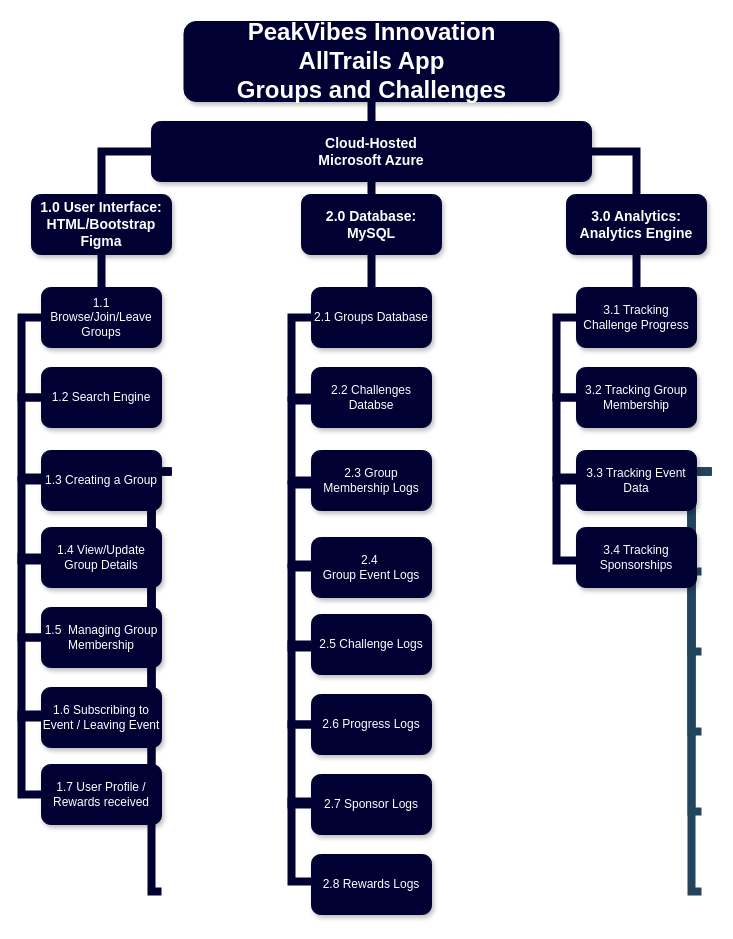
Th3Gibst3r/IS-6640 keeps this draw.io diagram as WBS.drawio. Above is the earlier version. Source tidied: cells renumbered, new cells numbered last; positions are measured from the earlier drawing's top-left corner, leaving out a move shared by most shapes. Both pictures are drawn from the tidied source at 100%, with x=0, y=0 at pixel (21, 21).
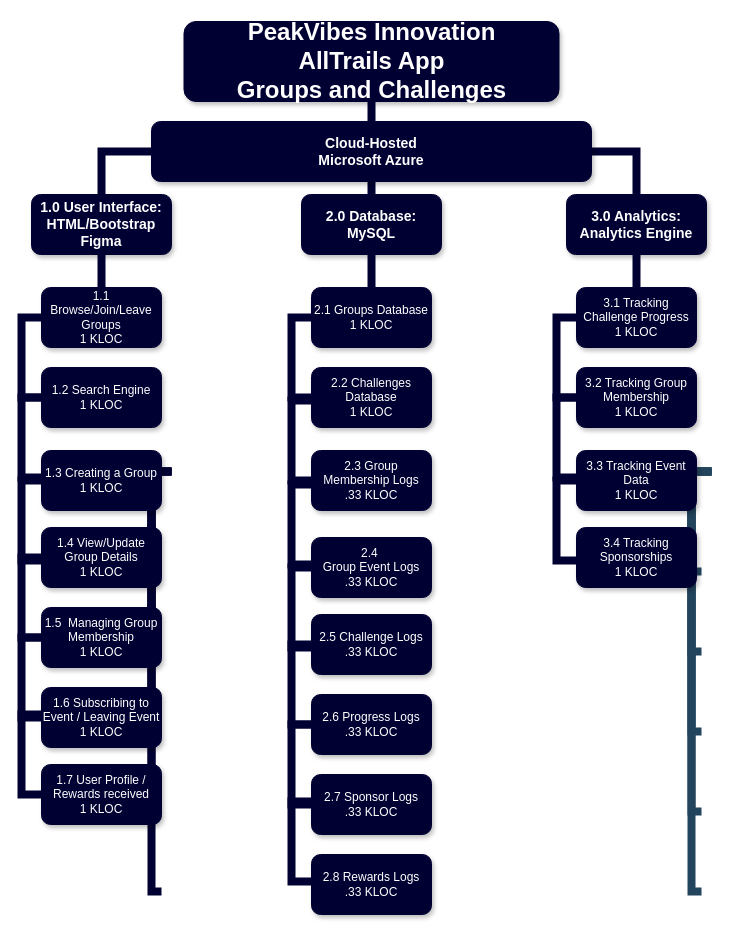
Above is the later version.

What changed in the source:
```diff
@@
-    <mxCell id="5" value="1.1 Browse/Join/Leave Groups" style="whiteSpace=wrap;rounded=1;fillColor=#000033;strokeColor=#000033;shadow=1;fontColor=#FFFFFF;" parent="1" vertex="1">
+    <mxCell id="5" value="1.1 Browse/Join/Leave Groups&#10;1 KLOC" style="whiteSpace=wrap;rounded=1;fillColor=#000033;strokeColor=#000033;shadow=1;fontColor=#FFFFFF;" parent="1" vertex="1">
       <mxGeometry x="20" y="266" width="120" height="60" as="geometry" />
     </mxCell>
@@
-    <mxCell id="19" value="1.2 Search Engine" style="whiteSpace=wrap;rounded=1;fillColor=#000033;strokeColor=#000033;shadow=1;fontColor=#FFFFFF;" parent="1" vertex="1">
+    <mxCell id="19" value="1.2 Search Engine&#10;1 KLOC" style="whiteSpace=wrap;rounded=1;fillColor=#000033;strokeColor=#000033;shadow=1;fontColor=#FFFFFF;" parent="1" vertex="1">
       <mxGeometry x="20" y="346" width="120" height="60" as="geometry" />
     </mxCell>
@@
-    <mxCell id="21" value="1.3 Creating a Group" style="whiteSpace=wrap;rounded=1;fillColor=#000033;strokeColor=#000033;shadow=1;fontColor=#FFFFFF;" parent="1" vertex="1">
+    <mxCell id="21" value="1.3 Creating a Group&#10;1 KLOC" style="whiteSpace=wrap;rounded=1;fillColor=#000033;strokeColor=#000033;shadow=1;fontColor=#FFFFFF;" parent="1" vertex="1">
       <mxGeometry x="20" y="429" width="120" height="60" as="geometry" />
     </mxCell>
@@
-    <mxCell id="23" value="1.4 View/Update Group Details" style="whiteSpace=wrap;rounded=1;fillColor=#000033;strokeColor=#000033;shadow=1;fontColor=#FFFFFF;" parent="1" vertex="1">
+    <mxCell id="23" value="1.4 View/Update Group Details&#10;1 KLOC" style="whiteSpace=wrap;rounded=1;fillColor=#000033;strokeColor=#000033;shadow=1;fontColor=#FFFFFF;" parent="1" vertex="1">
       <mxGeometry x="20" y="506" width="120" height="60" as="geometry" />
     </mxCell>
@@
-    <mxCell id="25" value="1.5  Managing Group Membership" style="whiteSpace=wrap;rounded=1;fillColor=#000033;strokeColor=#000033;shadow=1;fontColor=#FFFFFF;" parent="1" vertex="1">
+    <mxCell id="25" value="1.5  Managing Group Membership&#10;1 KLOC" style="whiteSpace=wrap;rounded=1;fillColor=#000033;strokeColor=#000033;shadow=1;fontColor=#FFFFFF;" parent="1" vertex="1">
       <mxGeometry x="20" y="586" width="120" height="60" as="geometry" />
     </mxCell>
@@
-    <mxCell id="27" value="1.6 Subscribing to Event / Leaving Event" style="whiteSpace=wrap;rounded=1;fillColor=#000033;strokeColor=#000033;shadow=1;fontColor=#FFFFFF;" parent="1" vertex="1">
+    <mxCell id="27" value="1.6 Subscribing to Event / Leaving Event&#10;1 KLOC" style="whiteSpace=wrap;rounded=1;fillColor=#000033;strokeColor=#000033;shadow=1;fontColor=#FFFFFF;" parent="1" vertex="1">
       <mxGeometry x="20" y="666" width="120" height="60" as="geometry" />
     </mxCell>
@@
-    <mxCell id="29" value="2.2 Challenges Databse" style="whiteSpace=wrap;rounded=1;fillColor=#000033;strokeColor=#000033;shadow=1;fontColor=#FFFFFF;" parent="1" vertex="1">
+    <mxCell id="29" value="2.2 Challenges Database&#10;1 KLOC" style="whiteSpace=wrap;rounded=1;fillColor=#000033;strokeColor=#000033;shadow=1;fontColor=#FFFFFF;" parent="1" vertex="1">
       <mxGeometry x="290" y="346" width="120" height="60" as="geometry" />
     </mxCell>
@@
-    <mxCell id="31" value="2.4 &#10;Group Event Logs" style="whiteSpace=wrap;rounded=1;fillColor=#000033;strokeColor=#000033;shadow=1;fontColor=#FFFFFF;" parent="1" vertex="1">
+    <mxCell id="31" value="2.4 &#10;Group Event Logs&#10;.33 KLOC" style="whiteSpace=wrap;rounded=1;fillColor=#000033;strokeColor=#000033;shadow=1;fontColor=#FFFFFF;" parent="1" vertex="1">
       <mxGeometry x="290" y="516" width="120" height="60" as="geometry" />
     </mxCell>
@@
-    <mxCell id="33" value="2.5 Challenge Logs" style="whiteSpace=wrap;rounded=1;fillColor=#000033;strokeColor=#000033;shadow=1;fontColor=#FFFFFF;" parent="1" vertex="1">
+    <mxCell id="33" value="2.5 Challenge Logs&#10;.33 KLOC" style="whiteSpace=wrap;rounded=1;fillColor=#000033;strokeColor=#000033;shadow=1;fontColor=#FFFFFF;" parent="1" vertex="1">
       <mxGeometry x="290" y="593" width="120" height="60" as="geometry" />
     </mxCell>
@@
-    <mxCell id="35" value="2.6 Progress Logs" style="whiteSpace=wrap;rounded=1;fillColor=#000033;strokeColor=#000033;shadow=1;fontColor=#FFFFFF;" parent="1" vertex="1">
+    <mxCell id="35" value="2.6 Progress Logs&#10;.33 KLOC" style="whiteSpace=wrap;rounded=1;fillColor=#000033;strokeColor=#000033;shadow=1;fontColor=#FFFFFF;" parent="1" vertex="1">
       <mxGeometry x="290" y="673" width="120" height="60" as="geometry" />
     </mxCell>
@@
-    <mxCell id="37" value="2.7 Sponsor Logs" style="whiteSpace=wrap;rounded=1;fillColor=#000033;strokeColor=#000033;shadow=1;fontColor=#FFFFFF;" parent="1" vertex="1">
+    <mxCell id="37" value="2.7 Sponsor Logs&#10;.33 KLOC" style="whiteSpace=wrap;rounded=1;fillColor=#000033;strokeColor=#000033;shadow=1;fontColor=#FFFFFF;" parent="1" vertex="1">
       <mxGeometry x="290" y="753" width="120" height="60" as="geometry" />
     </mxCell>
-    <mxCell id="38" value="2.1 Groups Database" style="whiteSpace=wrap;rounded=1;fillColor=#000033;strokeColor=#000033;shadow=1;fontColor=#FFFFFF;" parent="1" vertex="1">
+    <mxCell id="38" value="2.1 Groups Database&#10;1 KLOC" style="whiteSpace=wrap;rounded=1;fillColor=#000033;strokeColor=#000033;shadow=1;fontColor=#FFFFFF;" parent="1" vertex="1">
       <mxGeometry x="290" y="266" width="120" height="60" as="geometry" />
     </mxCell>
@@
-    <mxCell id="40" value="1.7 User Profile / Rewards received" style="whiteSpace=wrap;rounded=1;fillColor=#000033;strokeColor=#000033;shadow=1;fontColor=#FFFFFF;" parent="1" vertex="1">
+    <mxCell id="40" value="1.7 User Profile / Rewards received&#10;1 KLOC" style="whiteSpace=wrap;rounded=1;fillColor=#000033;strokeColor=#000033;shadow=1;fontColor=#FFFFFF;" parent="1" vertex="1">
       <mxGeometry x="20" y="743" width="120" height="60" as="geometry" />
     </mxCell>
@@
-    <mxCell id="45" value="3.2 Tracking Group Membership" style="whiteSpace=wrap;rounded=1;fillColor=#000033;strokeColor=#000033;shadow=1;fontColor=#FFFFFF;" parent="1" vertex="1">
+    <mxCell id="45" value="3.2 Tracking Group Membership&#10;1 KLOC" style="whiteSpace=wrap;rounded=1;fillColor=#000033;strokeColor=#000033;shadow=1;fontColor=#FFFFFF;" parent="1" vertex="1">
       <mxGeometry x="555" y="346" width="120" height="60" as="geometry" />
     </mxCell>
@@
-    <mxCell id="47" value="3.3 Tracking Event Data" style="whiteSpace=wrap;rounded=1;fillColor=#000033;strokeColor=#000033;shadow=1;fontColor=#FFFFFF;" parent="1" vertex="1">
+    <mxCell id="47" value="3.3 Tracking Event Data&#10;1 KLOC" style="whiteSpace=wrap;rounded=1;fillColor=#000033;strokeColor=#000033;shadow=1;fontColor=#FFFFFF;" parent="1" vertex="1">
       <mxGeometry x="555" y="429" width="120" height="60" as="geometry" />
     </mxCell>
@@
-    <mxCell id="49" value="3.4 Tracking Sponsorships" style="whiteSpace=wrap;rounded=1;fillColor=#000033;strokeColor=#000033;shadow=1;fontColor=#FFFFFF;" parent="1" vertex="1">
+    <mxCell id="49" value="3.4 Tracking Sponsorships&#10;1 KLOC" style="whiteSpace=wrap;rounded=1;fillColor=#000033;strokeColor=#000033;shadow=1;fontColor=#FFFFFF;" parent="1" vertex="1">
       <mxGeometry x="555" y="506" width="120" height="60" as="geometry" />
     </mxCell>
-    <mxCell id="50" value="3.1 Tracking Challenge Progress" style="whiteSpace=wrap;rounded=1;fillColor=#000033;strokeColor=#000033;shadow=1;fontColor=#FFFFFF;" parent="1" vertex="1">
+    <mxCell id="50" value="3.1 Tracking Challenge Progress&#10;1 KLOC" style="whiteSpace=wrap;rounded=1;fillColor=#000033;strokeColor=#000033;shadow=1;fontColor=#FFFFFF;" parent="1" vertex="1">
       <mxGeometry x="555" y="266" width="120" height="60" as="geometry" />
     </mxCell>
@@
-    <mxCell id="53" value="2.8 Rewards Logs" style="whiteSpace=wrap;rounded=1;fillColor=#000033;strokeColor=#000033;shadow=1;fontColor=#FFFFFF;" parent="1" vertex="1">
+    <mxCell id="53" value="2.8 Rewards Logs&#10;.33 KLOC" style="whiteSpace=wrap;rounded=1;fillColor=#000033;strokeColor=#000033;shadow=1;fontColor=#FFFFFF;" parent="1" vertex="1">
       <mxGeometry x="290" y="833" width="120" height="60" as="geometry" />
     </mxCell>
@@
-    <mxCell id="55" value="2.3 Group Membership Logs" style="whiteSpace=wrap;rounded=1;fillColor=#000033;strokeColor=#000033;shadow=1;fontColor=#FFFFFF;" parent="1" vertex="1">
+    <mxCell id="55" value="2.3 Group Membership Logs&#10;.33 KLOC" style="whiteSpace=wrap;rounded=1;fillColor=#000033;strokeColor=#000033;shadow=1;fontColor=#FFFFFF;" parent="1" vertex="1">
       <mxGeometry x="290" y="429" width="120" height="60" as="geometry" />
     </mxCell>
```
